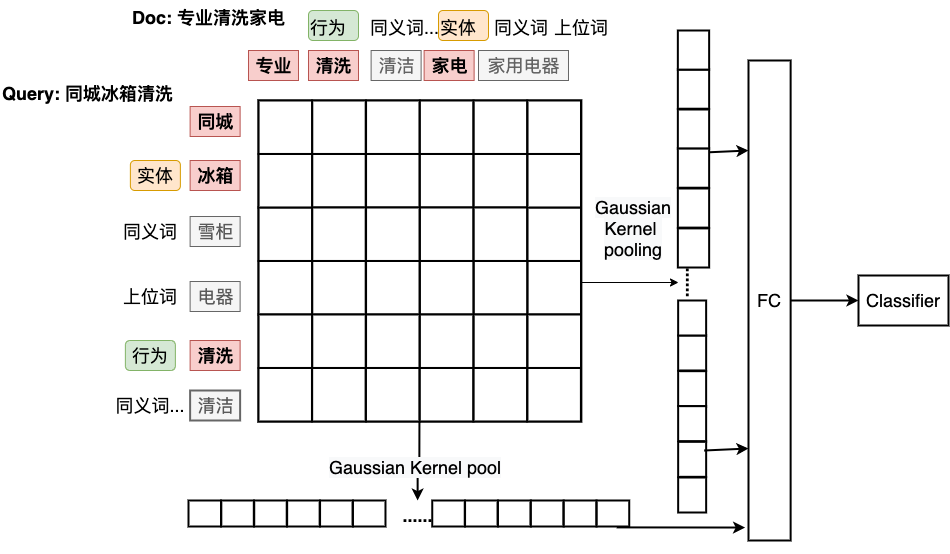
gouxute/leetcode keeps this draw.io diagram as Untitled Diagram.png. Above is the earlier version. Source tidied: cells renumbered, new cells last; positions are measured from the earlier drawing's top-left corner, leaving out a move shared by most shapes.
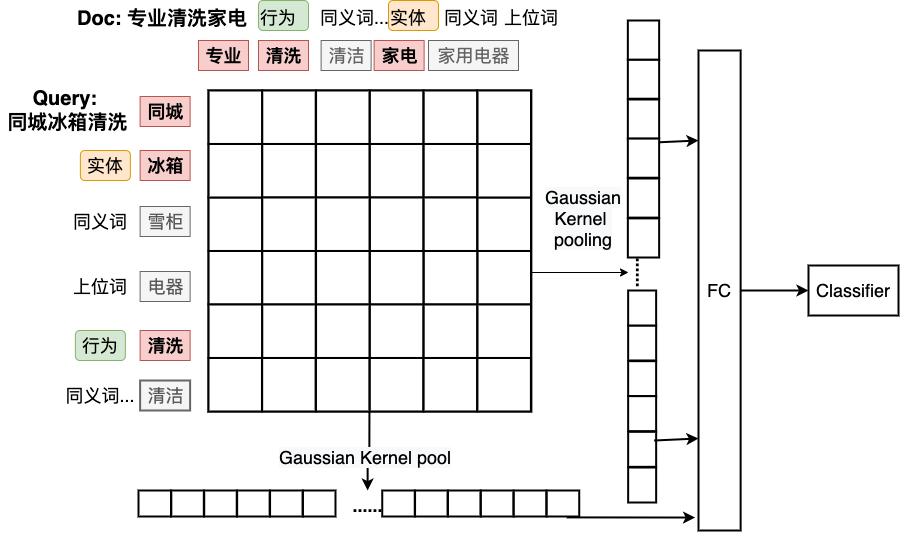
Above is the later version.

The edit, as a diff of the source:
```diff
@@ -68,8 +68,8 @@
     <mxCell id="23" value="&lt;font style=&quot;font-size: 18px&quot;&gt;专业&lt;br&gt;&lt;/font&gt;" style="text;html=1;align=center;verticalAlign=middle;fontSize=18;fillColor=#f8cecc;strokeColor=#b85450;fontStyle=1;" parent="1" vertex="1">
       <mxGeometry x="248" y="50" width="50" height="30" as="geometry" />
     </mxCell>
-    <mxCell id="24" value="&lt;div style=&quot;text-align: center&quot;&gt;&lt;span&gt;&lt;font face=&quot;helvetica&quot;&gt;&lt;b&gt;Doc: 专业清洗家电&lt;/b&gt;&lt;/font&gt;&lt;/span&gt;&lt;/div&gt;" style="text;whiteSpace=wrap;html=1;fontSize=18;labelBackgroundColor=none;" parent="1" vertex="1">
-      <mxGeometry x="129.5" width="178.5" height="30" as="geometry" />
+    <mxCell id="24" value="&lt;div style=&quot;text-align: center; font-size: 20px;&quot;&gt;&lt;span style=&quot;font-size: 20px;&quot;&gt;&lt;font face=&quot;helvetica&quot; style=&quot;font-size: 20px;&quot;&gt;&lt;b style=&quot;font-size: 20px;&quot;&gt;Doc: 专业清洗家电&lt;/b&gt;&lt;/font&gt;&lt;/span&gt;&lt;/div&gt;" style="text;whiteSpace=wrap;html=1;fontSize=20;labelBackgroundColor=none;" parent="1" vertex="1">
+      <mxGeometry x="125.4" y="10" width="178.5" height="30" as="geometry" />
     </mxCell>
     <mxCell id="25" style="edgeStyle=orthogonalEdgeStyle;rounded=0;jettySize=auto;html=1;fontSize=18;exitX=1;exitY=1;exitDx=0;exitDy=0;strokeWidth=2;" parent="1" edge="1" source="63" target="77">
       <mxGeometry relative="1" as="geometry" />
@@ -86,8 +86,8 @@
     <mxCell id="29" value="Classifier" style="whiteSpace=wrap;html=1;rounded=0;glass=0;labelBackgroundColor=none;gradientColor=none;fontSize=18;align=center;strokeWidth=2;" parent="1" vertex="1">
       <mxGeometry x="858" y="275" width="90" height="50" as="geometry" />
     </mxCell>
-    <mxCell id="30" value="&lt;div style=&quot;text-align: center&quot;&gt;&lt;font face=&quot;helvetica&quot;&gt;&lt;b&gt;Query: 同城冰箱清洗&lt;/b&gt;&lt;/font&gt;&lt;/div&gt;" style="text;whiteSpace=wrap;html=1;fontSize=18;labelBackgroundColor=none;" parent="1" vertex="1">
-      <mxGeometry x="0.3" y="76" width="198.8" height="30" as="geometry" />
+    <mxCell id="30" value="&lt;div style=&quot;text-align: center; font-size: 20px;&quot;&gt;&lt;font face=&quot;helvetica&quot; style=&quot;font-size: 20px;&quot;&gt;&lt;b style=&quot;font-size: 20px;&quot;&gt;Query:&lt;/b&gt;&lt;/font&gt;&lt;/div&gt;&lt;div style=&quot;text-align: center; font-size: 20px;&quot;&gt;&lt;font face=&quot;helvetica&quot; style=&quot;font-size: 20px;&quot;&gt;&lt;b style=&quot;font-size: 20px;&quot;&gt;&amp;nbsp;同城冰箱清洗&lt;/b&gt;&lt;/font&gt;&lt;/div&gt;" style="text;whiteSpace=wrap;html=1;fontSize=20;labelBackgroundColor=none;" parent="1" vertex="1">
+      <mxGeometry x="49.9" y="90" width="130" height="30" as="geometry" />
     </mxCell>
     <mxCell id="31" style="group;strokeWidth=2;strokeColor=#000000;" parent="1" vertex="1">
       <mxGeometry x="258" y="100" width="322.9" height="321" as="geometry" />
```
